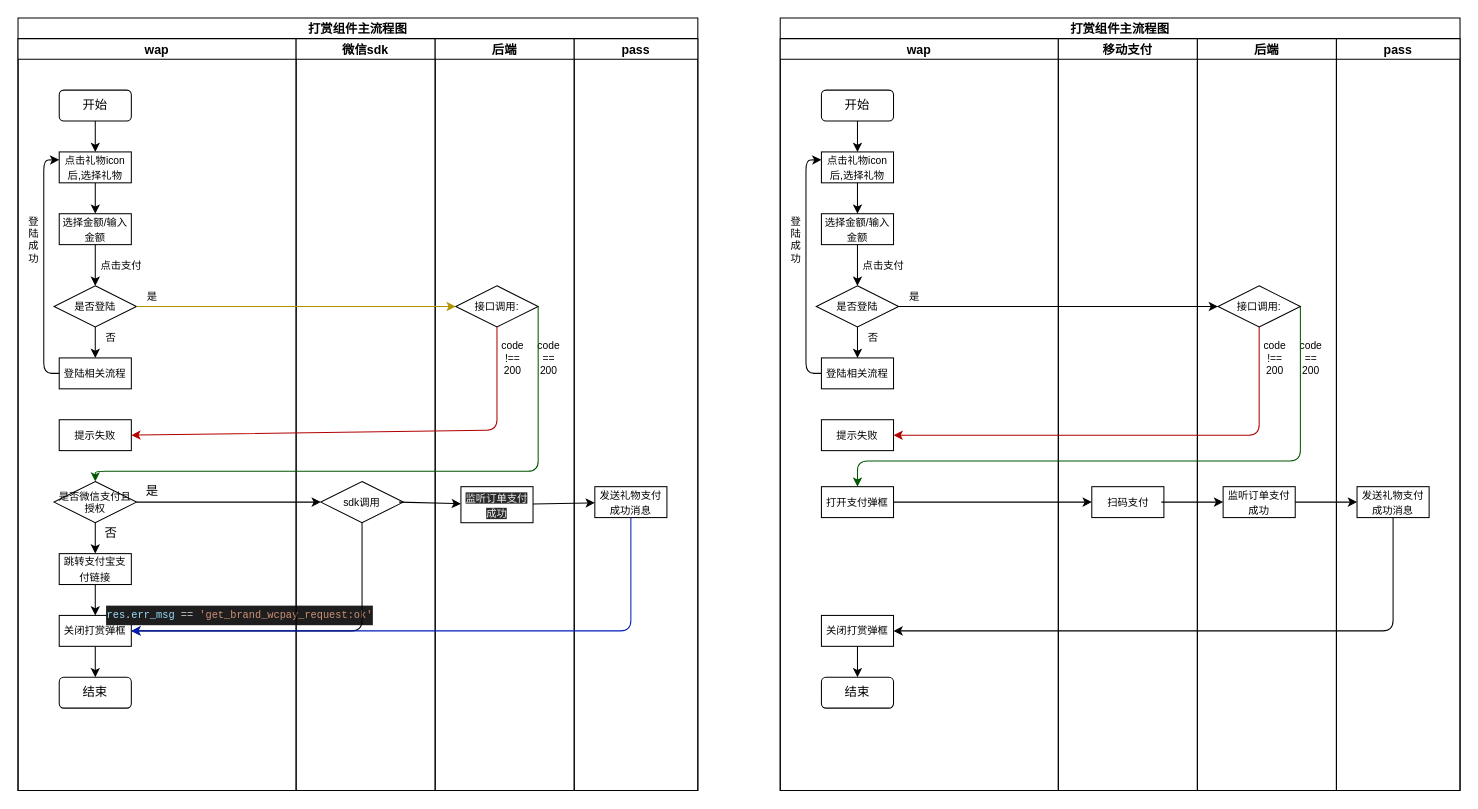
Earlier version of the draw.io diagram src/packages/footer-tools/src/component/reward/doc/reward.drawio (github-zoqg/vhall-platform). Source tidied: cells renumbered, new cells numbered last; positions are measured from the earlier drawing's top-left corner, leaving out a move shared by most shapes. Both pictures are drawn from the tidied source at 103%, with x=0, y=0 at pixel (18, 18).
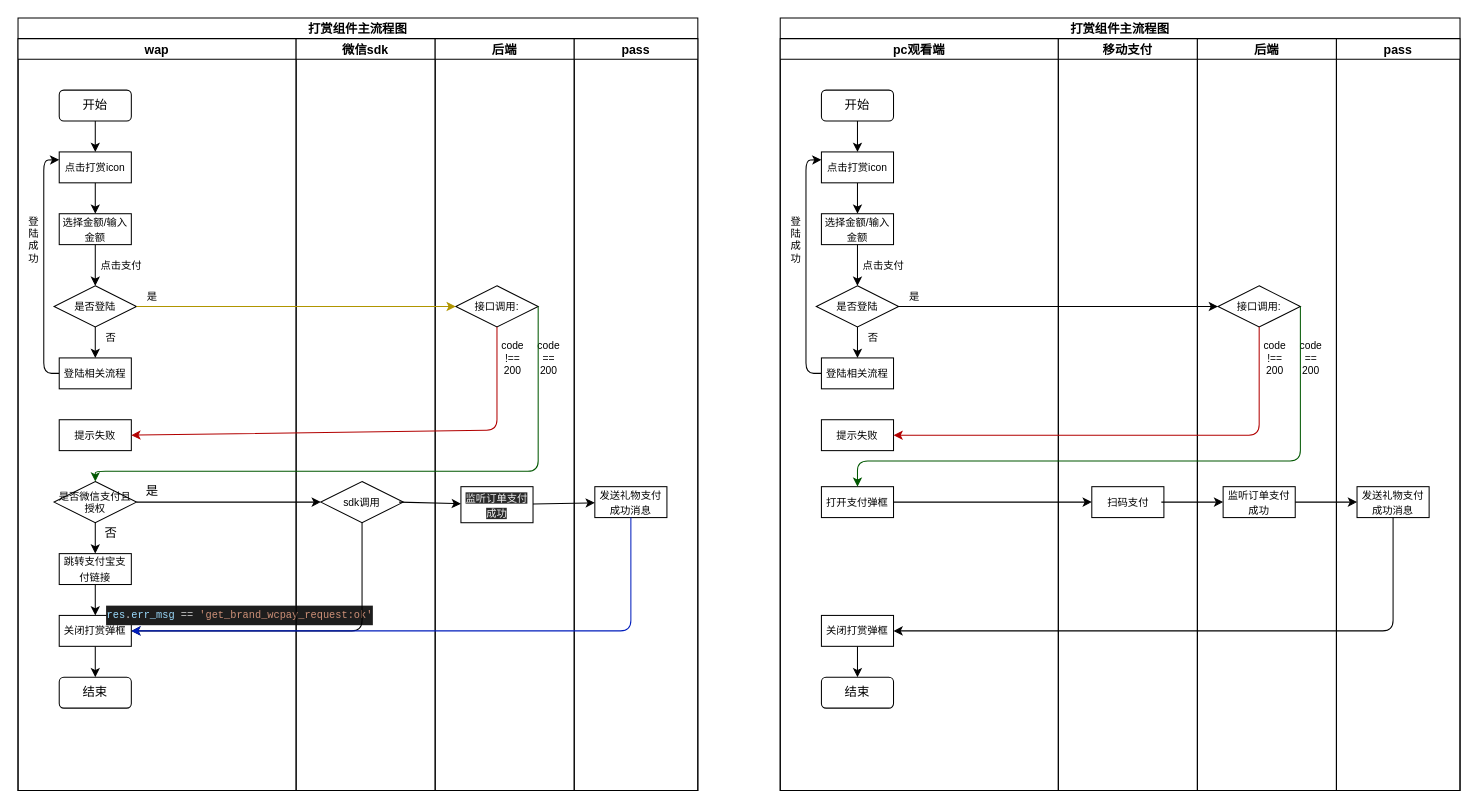
The same diagram, later.

Commit message (it also covers changes not shown here):
feat: 礼物流程图修改

Unchanged cells that the change refers to:
```xml
<mxCell id="3" value="wap" style="swimlane;startSize=20;" parent="2" vertex="1">
  <mxGeometry y="20" width="270" height="730" as="geometry" />
</mxCell>
<mxCell id="46" value="打赏组件主流程图" style="swimlane;startSize=20;" parent="1" vertex="1">
  <mxGeometry x="740" width="660" height="750" as="geometry" />
</mxCell>
```

Change to the diagram source:
```diff
@@
-    <mxCell id="7" value="&lt;font style=&quot;font-size: 10px&quot;&gt;点击礼物icon后,选择礼物&lt;/font&gt;" style="rounded=0;whiteSpace=wrap;html=1;" parent="3" vertex="1">
+    <mxCell id="7" value="&lt;font style=&quot;font-size: 10px&quot;&gt;点击打赏icon&lt;/font&gt;" style="rounded=0;whiteSpace=wrap;html=1;" parent="3" vertex="1">
       <mxGeometry x="40" y="110" width="70" height="30" as="geometry" />
     </mxCell>
@@
-    <mxCell id="47" value="wap" style="swimlane;startSize=20;" parent="46" vertex="1">
+    <mxCell id="47" value="pc观看端" style="swimlane;startSize=20;horizontal=1;swimlaneFillColor=none;" parent="46" vertex="1">
       <mxGeometry y="20" width="270" height="730" as="geometry" />
     </mxCell>
@@
-    <mxCell id="51" value="&lt;font style=&quot;font-size: 10px&quot;&gt;点击礼物icon后,选择礼物&lt;/font&gt;" style="rounded=0;whiteSpace=wrap;html=1;" parent="47" vertex="1">
+    <mxCell id="51" value="&lt;span style=&quot;font-size: 10px&quot;&gt;点击打赏icon&lt;/span&gt;" style="rounded=0;whiteSpace=wrap;html=1;" parent="47" vertex="1">
       <mxGeometry x="40" y="110" width="70" height="30" as="geometry" />
     </mxCell>
```
